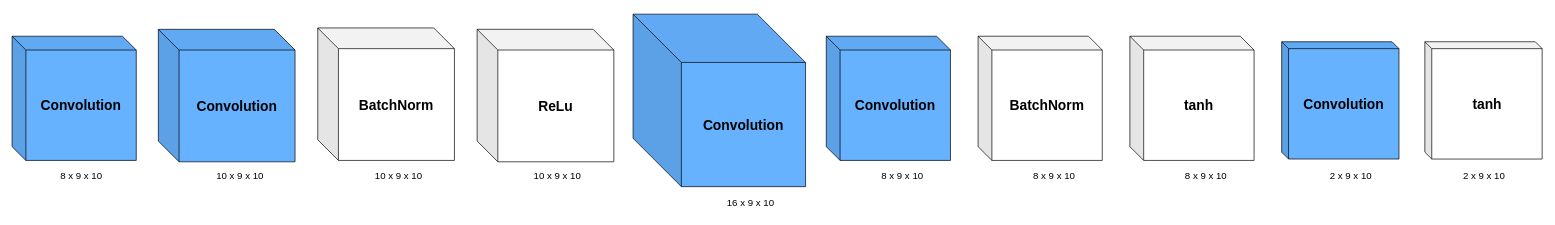
kevinva/Yippier keeps this draw.io diagram as 未命名绘图.drawio. Above is the earlier version. Source tidied: cells renumbered, new cells numbered last; positions are measured from the earlier drawing's top-left corner, leaving out a move shared by most shapes. Both pictures are drawn from the tidied source at 69%, with x=0, y=0 at pixel (12, 14).
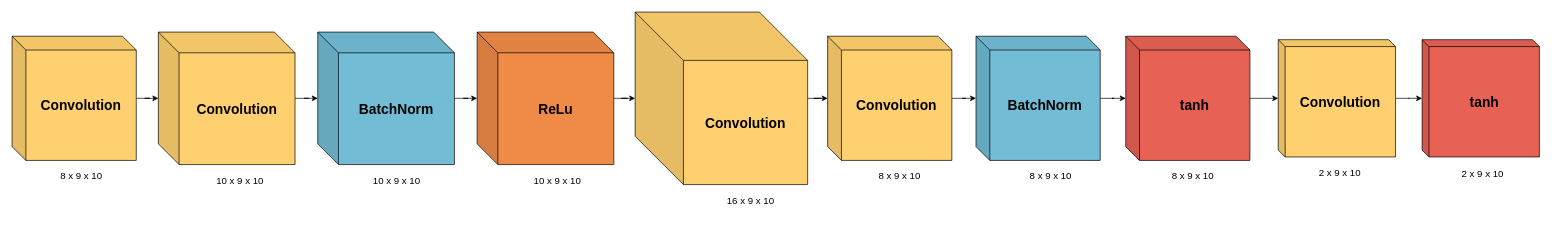
The same page after the edit.

Commit message (it also covers changes not shown here):
更新未命名绘图.drawio

Change to the diagram source:
```diff
@@
+    <mxCell id="22" style="edgeStyle=orthogonalEdgeStyle;rounded=0;jettySize=auto;html=1;" parent="1" edge="1" source="2" target="3">
+      <mxGeometry relative="1" as="geometry" />
+    </mxCell>
-    <mxCell id="2" value="Convolution" style="shape=cube;whiteSpace=wrap;html=1;boundedLbl=1;backgroundOutline=1;darkOpacity=0.05;darkOpacity2=0.1;direction=east;rotation=0;flipV=0;flipH=0;size=20;fontSize=20;fontStyle=1;fillColor=#66B2FF;" parent="1" vertex="1">
+    <mxCell id="2" value="Convolution" style="shape=cube;whiteSpace=wrap;html=1;boundedLbl=1;backgroundOutline=1;darkOpacity=0.05;darkOpacity2=0.1;direction=east;rotation=0;flipV=0;flipH=0;size=20;fontSize=20;fontStyle=1;fillColor=#FFD06F;" parent="1" vertex="1">
       <mxGeometry y="32" width="180" height="180" as="geometry" />
     </mxCell>
+    <mxCell id="23" style="edgeStyle=orthogonalEdgeStyle;rounded=0;jettySize=auto;html=1;" parent="1" edge="1" source="3" target="11">
+      <mxGeometry relative="1" as="geometry" />
+    </mxCell>
-    <mxCell id="3" value="Convolution" style="shape=cube;whiteSpace=wrap;html=1;boundedLbl=1;backgroundOutline=1;darkOpacity=0.05;darkOpacity2=0.1;direction=east;rotation=0;flipV=0;flipH=0;size=30;fontSize=20;fontStyle=1;fillColor=#66B2FF;" parent="1" vertex="1">
-      <mxGeometry x="212" y="22" width="198.1" height="192" as="geometry" />
+    <mxCell id="3" value="Convolution" style="shape=cube;whiteSpace=wrap;html=1;boundedLbl=1;backgroundOutline=1;darkOpacity=0.05;darkOpacity2=0.1;direction=east;rotation=0;flipV=0;flipH=0;size=30;fontSize=20;fontStyle=1;fillColor=#FFD06F;" parent="1" vertex="1">
+      <mxGeometry x="212" y="26" width="198.1" height="192" as="geometry" />
     </mxCell>
+    <mxCell id="24" style="edgeStyle=orthogonalEdgeStyle;rounded=0;jettySize=auto;html=1;" parent="1" edge="1" source="4" target="6">
+      <mxGeometry relative="1" as="geometry" />
+    </mxCell>
-    <mxCell id="4" value="Convolution" style="shape=cube;whiteSpace=wrap;html=1;boundedLbl=1;backgroundOutline=1;darkOpacity=0.05;darkOpacity2=0.1;direction=east;rotation=0;flipV=0;flipH=0;size=70;fontSize=20;fontStyle=1;fillColor=#66B2FF;" parent="1" vertex="1">
-      <mxGeometry x="900" width="250" height="250" as="geometry" />
+    <mxCell id="4" value="Convolution" style="shape=cube;whiteSpace=wrap;html=1;boundedLbl=1;backgroundOutline=1;darkOpacity=0.05;darkOpacity2=0.1;direction=east;rotation=0;flipV=0;flipH=0;size=70;fontSize=20;fontStyle=1;fillColor=#FFD06F;" parent="1" vertex="1">
+      <mxGeometry x="903" y="-3" width="250" height="250" as="geometry" />
     </mxCell>
@@
+    <mxCell id="25" style="edgeStyle=orthogonalEdgeStyle;rounded=0;jettySize=auto;html=1;" parent="1" edge="1" source="6" target="7">
+      <mxGeometry relative="1" as="geometry" />
+    </mxCell>
-    <mxCell id="6" value="Convolution" style="shape=cube;whiteSpace=wrap;html=1;boundedLbl=1;backgroundOutline=1;darkOpacity=0.05;darkOpacity2=0.1;direction=east;rotation=0;flipV=0;flipH=0;fontSize=20;fontStyle=1;fillColor=#66B2FF;" parent="1" vertex="1">
-      <mxGeometry x="1180" y="32" width="180" height="180" as="geometry" />
+    <mxCell id="6" value="Convolution" style="shape=cube;whiteSpace=wrap;html=1;boundedLbl=1;backgroundOutline=1;darkOpacity=0.05;darkOpacity2=0.1;direction=east;rotation=0;flipV=0;flipH=0;fontSize=20;fontStyle=1;fillColor=#FFD06F;" parent="1" vertex="1">
+      <mxGeometry x="1182" y="32" width="180" height="180" as="geometry" />
     </mxCell>
+    <mxCell id="26" style="edgeStyle=orthogonalEdgeStyle;rounded=0;jettySize=auto;html=1;" parent="1" edge="1" source="7" target="8">
+      <mxGeometry relative="1" as="geometry" />
+    </mxCell>
-    <mxCell id="7" value="BatchNorm" style="shape=cube;whiteSpace=wrap;html=1;boundedLbl=1;backgroundOutline=1;darkOpacity=0.05;darkOpacity2=0.1;direction=east;rotation=0;flipV=0;flipH=0;fontSize=20;fontStyle=1;" parent="1" vertex="1">
-      <mxGeometry x="1400" y="32" width="180" height="180" as="geometry" />
+    <mxCell id="7" value="BatchNorm" style="shape=cube;whiteSpace=wrap;html=1;boundedLbl=1;backgroundOutline=1;darkOpacity=0.05;darkOpacity2=0.1;direction=east;rotation=0;flipV=0;flipH=0;fontSize=20;fontStyle=1;fillColor=#72BCD5;" parent="1" vertex="1">
+      <mxGeometry x="1397" y="32" width="180" height="180" as="geometry" />
     </mxCell>
+    <mxCell id="27" style="edgeStyle=orthogonalEdgeStyle;rounded=0;jettySize=auto;html=1;" parent="1" edge="1" source="8" target="9">
+      <mxGeometry relative="1" as="geometry" />
+    </mxCell>
-    <mxCell id="8" value="tanh" style="shape=cube;whiteSpace=wrap;html=1;boundedLbl=1;backgroundOutline=1;darkOpacity=0.05;darkOpacity2=0.1;direction=east;rotation=0;flipV=0;flipH=0;fontSize=20;fontStyle=1;" parent="1" vertex="1">
-      <mxGeometry x="1620" y="32" width="180" height="180" as="geometry" />
+    <mxCell id="8" value="tanh" style="shape=cube;whiteSpace=wrap;html=1;boundedLbl=1;backgroundOutline=1;darkOpacity=0.05;darkOpacity2=0.1;direction=east;rotation=0;flipV=0;flipH=0;fontSize=20;fontStyle=1;fillColor=#E76254;" parent="1" vertex="1">
+      <mxGeometry x="1614" y="32" width="180" height="180" as="geometry" />
     </mxCell>
+    <mxCell id="28" style="edgeStyle=orthogonalEdgeStyle;rounded=0;jettySize=auto;html=1;" parent="1" edge="1" source="9" target="15">
+      <mxGeometry relative="1" as="geometry" />
+    </mxCell>
-    <mxCell id="9" value="Convolution" style="shape=cube;whiteSpace=wrap;html=1;boundedLbl=1;backgroundOutline=1;darkOpacity=0.05;darkOpacity2=0.1;direction=east;rotation=0;flipV=0;flipH=0;size=10;fontSize=20;fontStyle=1;fillColor=#66B2FF;" parent="1" vertex="1">
-      <mxGeometry x="1840" y="40" width="170" height="170" as="geometry" />
+    <mxCell id="9" value="Convolution" style="shape=cube;whiteSpace=wrap;html=1;boundedLbl=1;backgroundOutline=1;darkOpacity=0.05;darkOpacity2=0.1;direction=east;rotation=0;flipV=0;flipH=0;size=10;fontSize=20;fontStyle=1;fillColor=#FFD06F;" parent="1" vertex="1">
+      <mxGeometry x="1835" y="37" width="170" height="170" as="geometry" />
     </mxCell>
     <mxCell id="10" value="10 x 9 x 10" style="text;html=1;align=center;verticalAlign=middle;strokeColor=none;fillColor=none;fontSize=14;" parent="1" vertex="1">
-      <mxGeometry x="285" y="220" width="90" height="30" as="geometry" />
+      <mxGeometry x="285" y="226" width="90" height="30" as="geometry" />
     </mxCell>
+    <mxCell id="29" style="edgeStyle=orthogonalEdgeStyle;rounded=0;jettySize=auto;html=1;" parent="1" edge="1" source="11" target="13">
+      <mxGeometry relative="1" as="geometry" />
+    </mxCell>
-    <mxCell id="11" value="BatchNorm" style="shape=cube;whiteSpace=wrap;html=1;boundedLbl=1;backgroundOutline=1;darkOpacity=0.05;darkOpacity2=0.1;direction=east;rotation=0;flipV=0;flipH=0;size=30;fontSize=20;fontStyle=1;" parent="1" vertex="1">
-      <mxGeometry x="443" y="20" width="198.1" height="192" as="geometry" />
+    <mxCell id="11" value="BatchNorm" style="shape=cube;whiteSpace=wrap;html=1;boundedLbl=1;backgroundOutline=1;darkOpacity=0.05;darkOpacity2=0.1;direction=east;rotation=0;flipV=0;flipH=0;size=30;fontSize=20;fontStyle=1;fillColor=#72BCD5;" parent="1" vertex="1">
+      <mxGeometry x="443" y="26" width="198.1" height="192" as="geometry" />
     </mxCell>
     <mxCell id="12" value="10 x 9 x 10" style="text;html=1;align=center;verticalAlign=middle;strokeColor=none;fillColor=none;fontSize=14;" parent="1" vertex="1">
-      <mxGeometry x="515" y="220" width="90" height="30" as="geometry" />
+      <mxGeometry x="512" y="226" width="90" height="30" as="geometry" />
     </mxCell>
+    <mxCell id="30" style="edgeStyle=orthogonalEdgeStyle;rounded=0;jettySize=auto;html=1;" parent="1" edge="1" source="13" target="4">
+      <mxGeometry relative="1" as="geometry" />
+    </mxCell>
-    <mxCell id="13" value="ReLu" style="shape=cube;whiteSpace=wrap;html=1;boundedLbl=1;backgroundOutline=1;darkOpacity=0.05;darkOpacity2=0.1;direction=east;rotation=0;flipV=0;flipH=0;size=30;fontSize=20;fontStyle=1;" parent="1" vertex="1">
-      <mxGeometry x="674" y="22" width="198.1" height="192" as="geometry" />
+    <mxCell id="13" value="ReLu" style="shape=cube;whiteSpace=wrap;html=1;boundedLbl=1;backgroundOutline=1;darkOpacity=0.05;darkOpacity2=0.1;direction=east;rotation=0;flipV=0;flipH=0;size=30;fontSize=20;fontStyle=1;fillColor=#EF8A47;" parent="1" vertex="1">
+      <mxGeometry x="674" y="26" width="198.1" height="192" as="geometry" />
     </mxCell>
     <mxCell id="14" value="10 x 9 x 10" style="text;html=1;align=center;verticalAlign=middle;strokeColor=none;fillColor=none;fontSize=14;" parent="1" vertex="1">
-      <mxGeometry x="745" y="220" width="90" height="30" as="geometry" />
+      <mxGeometry x="745" y="226" width="90" height="30" as="geometry" />
     </mxCell>
-    <mxCell id="15" value="tanh" style="shape=cube;whiteSpace=wrap;html=1;boundedLbl=1;backgroundOutline=1;darkOpacity=0.05;darkOpacity2=0.1;direction=east;rotation=0;flipV=0;flipH=0;size=10;fontSize=20;fontStyle=1;" parent="1" vertex="1">
-      <mxGeometry x="2047.5" y="40" width="170" height="170" as="geometry" />
+    <mxCell id="15" value="tanh" style="shape=cube;whiteSpace=wrap;html=1;boundedLbl=1;backgroundOutline=1;darkOpacity=0.05;darkOpacity2=0.1;direction=east;rotation=0;flipV=0;flipH=0;size=10;fontSize=20;fontStyle=1;fillColor=#E76254;" parent="1" vertex="1">
+      <mxGeometry x="2043.5" y="37" width="170" height="170" as="geometry" />
     </mxCell>
     <mxCell id="16" value="16 x 9 x 10" style="text;html=1;align=center;verticalAlign=middle;strokeColor=none;fillColor=none;fontSize=14;" parent="1" vertex="1">
-      <mxGeometry x="1025" y="258" width="90" height="30" as="geometry" />
+      <mxGeometry x="1025" y="255" width="90" height="30" as="geometry" />
     </mxCell>
     <mxCell id="17" value="8 x 9 x 10" style="text;html=1;align=center;verticalAlign=middle;strokeColor=none;fillColor=none;fontSize=14;" parent="1" vertex="1">
-      <mxGeometry x="1250" y="220" width="80" height="30" as="geometry" />
+      <mxGeometry x="1246" y="220" width="80" height="30" as="geometry" />
     </mxCell>
     <mxCell id="18" value="8 x 9 x 10" style="text;html=1;align=center;verticalAlign=middle;strokeColor=none;fillColor=none;fontSize=14;" parent="1" vertex="1">
-      <mxGeometry x="1470" y="220" width="80" height="30" as="geometry" />
+      <mxGeometry x="1465" y="220" width="80" height="30" as="geometry" />
     </mxCell>
     <mxCell id="19" value="8 x 9 x 10" style="text;html=1;align=center;verticalAlign=middle;strokeColor=none;fillColor=none;fontSize=14;" parent="1" vertex="1">
-      <mxGeometry x="1690" y="220" width="80" height="30" as="geometry" />
+      <mxGeometry x="1671" y="220" width="80" height="30" as="geometry" />
     </mxCell>
     <mxCell id="20" value="2 x 9 x 10" style="text;html=1;align=center;verticalAlign=middle;strokeColor=none;fillColor=none;fontSize=14;" parent="1" vertex="1">
-      <mxGeometry x="1900" y="220" width="80" height="30" as="geometry" />
+      <mxGeometry x="1884" y="215" width="80" height="30" as="geometry" />
     </mxCell>
     <mxCell id="21" value="2 x 9 x 10" style="text;html=1;align=center;verticalAlign=middle;strokeColor=none;fillColor=none;fontSize=14;" parent="1" vertex="1">
-      <mxGeometry x="2092.5" y="220" width="80" height="30" as="geometry" />
+      <mxGeometry x="2090.5" y="216" width="80" height="30" as="geometry" />
     </mxCell>
```
